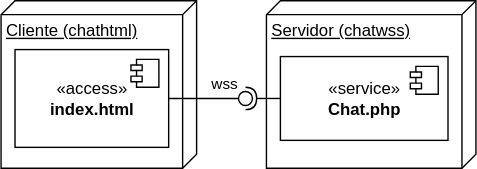
Before: docs/img/m14chat/chatdistribucion.drawio.svg, a diagram exported from draw.io (gilpgawoas/gilpgawoas.github.io). Source tidied: cells renumbered, new cells last; positions are measured from the earlier drawing's top-left corner, leaving out a move shared by most shapes.
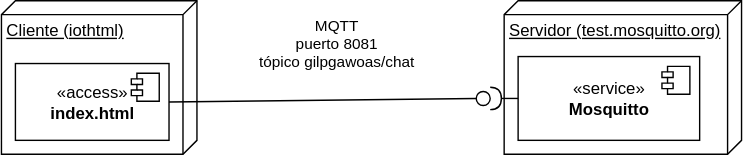
After the change.

Change to the diagram source:
```diff
@@ -2,36 +2,36 @@
   <root>
     <mxCell id="0" />
     <mxCell id="1" parent="0" />
-    <mxCell id="2" value="Cliente (chathtml)" style="verticalAlign=top;align=left;spacingTop=8;spacingLeft=2;spacingRight=12;shape=cube;size=10;direction=south;fontStyle=4;html=1;" parent="1" vertex="1">
-      <mxGeometry width="140" height="120" as="geometry" />
-    </mxCell>
+    <mxCell id="11" value="Cliente (iothtml)" style="verticalAlign=top;align=left;spacingTop=8;spacingLeft=2;spacingRight=12;shape=cube;size=10;direction=south;fontStyle=4;html=1;" parent="1" vertex="1">
+      <mxGeometry x="10" y="55" width="140" height="110" as="geometry" />
+    </mxCell>
     <mxCell id="3" value="«access»&lt;br&gt;&lt;b&gt;index.html&lt;/b&gt;" style="html=1;" parent="1" vertex="1">
-      <mxGeometry x="10" y="35" width="110" height="70" as="geometry" />
+      <mxGeometry x="20" y="100" width="110" height="55" as="geometry" />
     </mxCell>
     <mxCell id="4" style="shape=module;jettyWidth=8;jettyHeight=4;" parent="3" vertex="1">
       <mxGeometry x="1" width="20" height="20" relative="1" as="geometry">
         <mxPoint x="-27" y="7" as="offset" />
       </mxGeometry>
     </mxCell>
-    <mxCell id="5" value="Servidor (chatwss)" style="verticalAlign=top;align=left;spacingTop=8;spacingLeft=2;spacingRight=12;shape=cube;size=10;direction=south;fontStyle=4;html=1;" parent="1" vertex="1">
-      <mxGeometry x="190" width="150" height="120" as="geometry" />
-    </mxCell>
-    <mxCell id="6" value="«service»&lt;br&gt;&lt;b&gt;Chat.php&lt;/b&gt;" style="html=1;" parent="1" vertex="1">
-      <mxGeometry x="200" y="40" width="120" height="60" as="geometry" />
-    </mxCell>
-    <mxCell id="7" style="shape=module;jettyWidth=8;jettyHeight=4;" parent="6" vertex="1">
-      <mxGeometry x="1" width="20" height="20" relative="1" as="geometry">
-        <mxPoint x="-27" y="7" as="offset" />
-      </mxGeometry>
-    </mxCell>
-    <mxCell id="8" value="wss" style="rounded=0;jettySize=auto;html=1;endArrow=none;endFill=0;sketch=0;sourcePerimeterSpacing=0;targetPerimeterSpacing=0;exitX=1;exitY=0.5;exitDx=0;exitDy=0;" parent="1" edge="1" source="3" target="10">
-      <mxGeometry x="0.6" y="10" relative="1" as="geometry" />
-    </mxCell>
-    <mxCell id="9" style="rounded=0;jettySize=auto;html=1;endArrow=halfCircle;endFill=0;entryX=0.5;entryY=0.5;endSize=6;strokeWidth=1;sketch=0;exitX=0;exitY=0.5;exitDx=0;exitDy=0;" parent="1" edge="1" source="6" target="10">
-      <mxGeometry relative="1" as="geometry" />
-    </mxCell>
-    <mxCell id="10" style="ellipse;whiteSpace=wrap;html=1;align=center;points=[];outlineConnect=0;sketch=0;" parent="1" vertex="1">
-      <mxGeometry x="170" y="65" width="10" height="10" as="geometry" />
-    </mxCell>
+    <mxCell id="2" value="Servidor (test.mosquitto.org)" style="verticalAlign=top;align=left;spacingTop=8;spacingLeft=2;spacingRight=12;shape=cube;size=10;direction=south;fontStyle=4;html=1;" parent="1" vertex="1">
+      <mxGeometry x="370" y="55" width="170" height="110" as="geometry" />
+    </mxCell>
+    <mxCell id="12" value="«service»&lt;br&gt;&lt;b&gt;Mosquitto&lt;/b&gt;" style="html=1;" parent="1" vertex="1">
+      <mxGeometry x="380" y="95" width="130" height="60" as="geometry" />
+    </mxCell>
+    <mxCell id="13" style="shape=module;jettyWidth=8;jettyHeight=4;" parent="12" vertex="1">
+      <mxGeometry x="1" width="20" height="20" relative="1" as="geometry">
+        <mxPoint x="-27" y="7" as="offset" />
+      </mxGeometry>
+    </mxCell>
+    <mxCell id="14" value="MQTT&lt;br&gt;puerto 8081&lt;br&gt;tópico&amp;nbsp;gilpgawoas/chat" style="rounded=0;jettySize=auto;html=1;endArrow=none;endFill=0;sketch=0;sourcePerimeterSpacing=0;targetPerimeterSpacing=0;exitX=1;exitY=0.5;exitDx=0;exitDy=0;" parent="1" edge="1" source="3" target="16">
+      <mxGeometry x="0.09" y="40" relative="1" as="geometry" />
+    </mxCell>
+    <mxCell id="15" style="rounded=0;jettySize=auto;html=1;endArrow=halfCircle;endFill=0;endSize=6;strokeWidth=1;sketch=0;exitX=0;exitY=0.5;exitDx=0;exitDy=0;" parent="1" edge="1" source="12" target="16">
+      <mxGeometry relative="1" as="geometry" />
+    </mxCell>
+    <mxCell id="16" style="ellipse;whiteSpace=wrap;html=1;align=center;points=[];outlineConnect=0;sketch=0;" parent="1" vertex="1">
+      <mxGeometry x="350" y="120" width="10" height="10" as="geometry" />
+    </mxCell>
   </root>
 </mxGraphModel>
```
